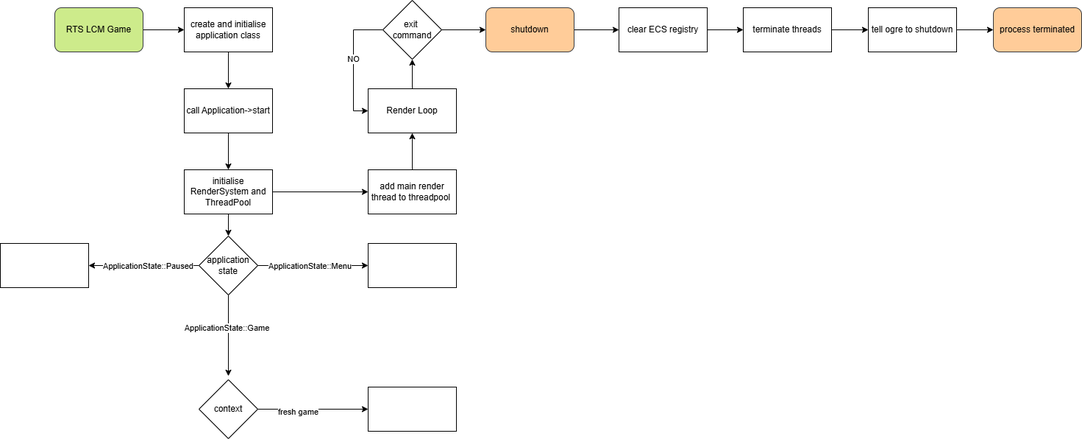
Earlier version of the draw.io export documents/CFD.png (Henry-Frodsham/RTS-LCM-Game). Source tidied: cells renumbered, new cells last; positions are measured from the earlier drawing's top-left corner, leaving out a move shared by most shapes.
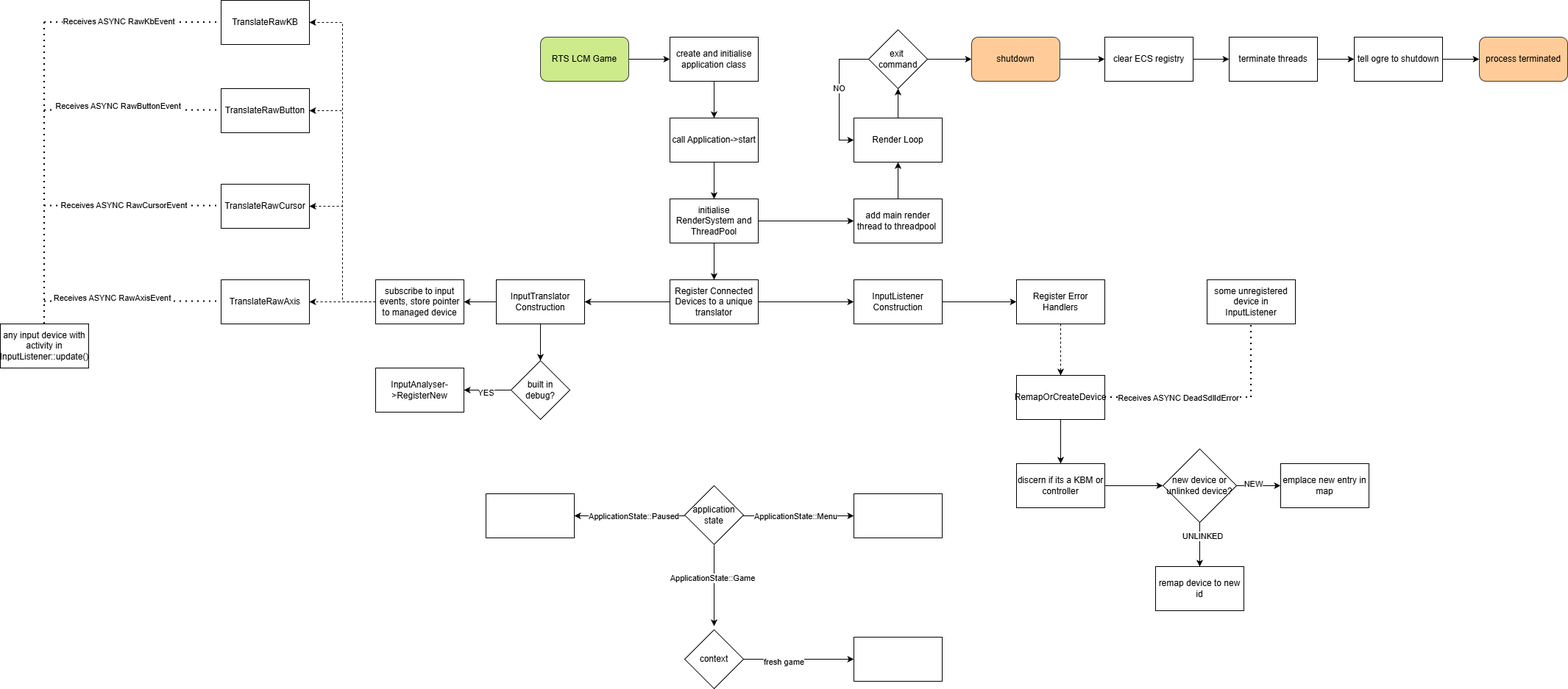
After the change.

Commit message:
fix controller reconnection, restore diary, update cfd

The edit, as a diff of the source:
```diff
@@ -20,9 +20,10 @@
     <mxCell id="7" value="call Application-&amp;gt;start" style="rounded=0;whiteSpace=wrap;html=1;" parent="1" vertex="1">
       <mxGeometry x="250" y="120" width="120" height="60" as="geometry" />
     </mxCell>
-    <mxCell id="8" style="edgeStyle=orthogonalEdgeStyle;rounded=0;jettySize=auto;html=1;" parent="1" edge="1" source="14">
+    <mxCell id="8" style="edgeStyle=orthogonalEdgeStyle;rounded=0;orthogonalLoop=1;jettySize=auto;html=1;" parent="1" edge="1">
       <mxGeometry relative="1" as="geometry">
-        <mxPoint x="120" y="360" as="targetPoint" />
+        <mxPoint x="270" y="661" as="sourcePoint" />
+        <mxPoint x="120" y="661" as="targetPoint" />
       </mxGeometry>
     </mxCell>
     <mxCell id="9" value="ApplicationState::Paused" style="edgeLabel;html=1;align=center;verticalAlign=middle;" parent="8" vertex="1">
@@ -30,16 +31,19 @@
         <mxPoint x="14" y="3" as="offset" />
       </mxGeometry>
     </mxCell>
-    <mxCell id="10" style="edgeStyle=orthogonalEdgeStyle;rounded=0;jettySize=auto;html=1;" parent="1" edge="1" source="14">
+    <mxCell id="10" style="edgeStyle=orthogonalEdgeStyle;rounded=0;orthogonalLoop=1;jettySize=auto;html=1;" parent="1" edge="1">
       <mxGeometry relative="1" as="geometry">
-        <mxPoint x="310" y="510" as="targetPoint" />
+        <mxPoint x="310" y="701" as="sourcePoint" />
+        <mxPoint x="310" y="811" as="targetPoint" />
       </mxGeometry>
     </mxCell>
     <mxCell id="11" value="ApplicationState::Game" style="edgeLabel;html=1;align=center;verticalAlign=middle;" parent="10" vertex="1">
       <mxGeometry x="-0.2" y="-3" relative="1" as="geometry" />
     </mxCell>
-    <mxCell id="12" style="edgeStyle=orthogonalEdgeStyle;rounded=0;jettySize=auto;html=1;" parent="1" edge="1" source="14" target="16">
-      <mxGeometry relative="1" as="geometry" />
+    <mxCell id="12" style="edgeStyle=orthogonalEdgeStyle;rounded=0;jettySize=auto;html=1;" parent="1" edge="1" target="16">
+      <mxGeometry relative="1" as="geometry">
+        <mxPoint x="350" y="661" as="sourcePoint" />
+      </mxGeometry>
     </mxCell>
     <mxCell id="13" value="ApplicationState::Menu" style="edgeLabel;html=1;align=center;verticalAlign=middle;" parent="12" vertex="1">
       <mxGeometry x="-0.35" relative="1" as="geometry">
@@ -47,20 +51,20 @@
       </mxGeometry>
     </mxCell>
     <mxCell id="14" value="application state" style="rhombus;whiteSpace=wrap;html=1;" parent="1" vertex="1">
-      <mxGeometry x="270" y="320" width="80" height="80" as="geometry" />
+      <mxGeometry x="270" y="620" width="80" height="80" as="geometry" />
     </mxCell>
     <mxCell id="15" style="rounded=0;whiteSpace=wrap;html=1;" parent="1" vertex="1">
-      <mxGeometry y="330" width="120" height="60" as="geometry" />
+      <mxGeometry y="631" width="120" height="60" as="geometry" />
     </mxCell>
     <mxCell id="16" style="rounded=0;whiteSpace=wrap;html=1;" parent="1" vertex="1">
-      <mxGeometry x="500" y="330" width="120" height="60" as="geometry" />
+      <mxGeometry x="500" y="631" width="120" height="60" as="geometry" />
     </mxCell>
-    <mxCell id="17" style="edgeStyle=orthogonalEdgeStyle;rounded=0;jettySize=auto;html=1;" parent="1" edge="1" source="19" target="14">
-      <mxGeometry relative="1" as="geometry" />
-    </mxCell>
     <mxCell id="18" style="edgeStyle=orthogonalEdgeStyle;rounded=0;jettySize=auto;html=1;" parent="1" edge="1" source="19" target="21">
       <mxGeometry relative="1" as="geometry" />
     </mxCell>
+    <mxCell id="41" style="edgeStyle=orthogonalEdgeStyle;rounded=0;jettySize=auto;html=1;" parent="1" edge="1" source="19" target="44">
+      <mxGeometry relative="1" as="geometry" />
+    </mxCell>
     <mxCell id="19" value="initialise RenderSystem and ThreadPool" style="rounded=0;whiteSpace=wrap;html=1;" parent="1" vertex="1">
       <mxGeometry x="250" y="230" width="120" height="60" as="geometry" />
     </mxCell>
@@ -131,10 +135,181 @@
       <mxGeometry x="-0.28" y="-3" relative="1" as="geometry" />
     </mxCell>
     <mxCell id="39" value="context" style="rhombus;whiteSpace=wrap;html=1;" parent="1" vertex="1">
-      <mxGeometry x="270" y="515" width="80" height="80" as="geometry" />
+      <mxGeometry x="270" y="816" width="80" height="80" as="geometry" />
     </mxCell>
     <mxCell id="40" style="rounded=0;whiteSpace=wrap;html=1;" parent="1" vertex="1">
-      <mxGeometry x="500" y="525" width="120" height="60" as="geometry" />
+      <mxGeometry x="500" y="826" width="120" height="60" as="geometry" />
     </mxCell>
+    <mxCell id="42" style="edgeStyle=orthogonalEdgeStyle;rounded=0;jettySize=auto;html=1;entryX=0;entryY=0.5;entryDx=0;entryDy=0;" parent="1" edge="1" source="44" target="46">
+      <mxGeometry relative="1" as="geometry" />
+    </mxCell>
+    <mxCell id="43" style="edgeStyle=orthogonalEdgeStyle;rounded=0;jettySize=auto;html=1;" parent="1" edge="1" source="44" target="49">
+      <mxGeometry relative="1" as="geometry" />
+    </mxCell>
+    <mxCell id="44" value="Register Connected Devices to a unique translator" style="rounded=0;whiteSpace=wrap;html=1;" parent="1" vertex="1">
+      <mxGeometry x="250" y="340" width="120" height="60" as="geometry" />
+    </mxCell>
+    <mxCell id="45" style="edgeStyle=orthogonalEdgeStyle;rounded=0;jettySize=auto;html=1;entryX=0;entryY=0.5;entryDx=0;entryDy=0;" parent="1" edge="1" source="46" target="74">
+      <mxGeometry relative="1" as="geometry" />
+    </mxCell>
+    <mxCell id="46" value="InputListener Construction" style="rounded=0;whiteSpace=wrap;html=1;" parent="1" vertex="1">
+      <mxGeometry x="500" y="340" width="120" height="60" as="geometry" />
+    </mxCell>
+    <mxCell id="47" style="edgeStyle=orthogonalEdgeStyle;rounded=0;jettySize=auto;html=1;" parent="1" edge="1" source="49">
+      <mxGeometry relative="1" as="geometry">
+        <mxPoint x="74" y="450" as="targetPoint" />
+      </mxGeometry>
+    </mxCell>
+    <mxCell id="48" style="edgeStyle=orthogonalEdgeStyle;rounded=0;jettySize=auto;html=1;" parent="1" edge="1" source="49" target="58">
+      <mxGeometry relative="1" as="geometry" />
+    </mxCell>
+    <mxCell id="49" value="InputTranslator Construction" style="rounded=0;whiteSpace=wrap;html=1;" parent="1" vertex="1">
+      <mxGeometry x="14" y="340" width="120" height="60" as="geometry" />
+    </mxCell>
+    <mxCell id="50" style="edgeStyle=orthogonalEdgeStyle;rounded=0;jettySize=auto;html=1;entryX=1;entryY=0.5;entryDx=0;entryDy=0;" parent="1" edge="1" source="52" target="53">
+      <mxGeometry relative="1" as="geometry" />
+    </mxCell>
+    <mxCell id="51" value="YES" style="edgeLabel;html=1;align=center;verticalAlign=middle;" parent="50" vertex="1">
+      <mxGeometry x="0.09" y="3" relative="1" as="geometry" />
+    </mxCell>
+    <mxCell id="52" value="built in debug?" style="rhombus;whiteSpace=wrap;html=1;" parent="1" vertex="1">
+      <mxGeometry x="34" y="450" width="80" height="80" as="geometry" />
+    </mxCell>
+    <mxCell id="53" value="InputAnalyser-&amp;gt;RegisterNew" style="rounded=0;whiteSpace=wrap;html=1;" parent="1" vertex="1">
+      <mxGeometry x="-150" y="460" width="120" height="60" as="geometry" />
+    </mxCell>
+    <mxCell id="54" style="edgeStyle=orthogonalEdgeStyle;rounded=0;jettySize=auto;html=1;entryX=1;entryY=0.5;entryDx=0;entryDy=0;dashed=1;" parent="1" edge="1" source="58" target="59">
+      <mxGeometry relative="1" as="geometry" />
+    </mxCell>
+    <mxCell id="55" style="edgeStyle=orthogonalEdgeStyle;rounded=0;jettySize=auto;html=1;exitX=0;exitY=0.5;exitDx=0;exitDy=0;entryX=1;entryY=0.5;entryDx=0;entryDy=0;dashed=1;" parent="1" edge="1" source="58" target="60">
+      <mxGeometry relative="1" as="geometry" />
+    </mxCell>
+    <mxCell id="56" style="edgeStyle=orthogonalEdgeStyle;rounded=0;jettySize=auto;html=1;exitX=0;exitY=0.5;exitDx=0;exitDy=0;entryX=1;entryY=0.5;entryDx=0;entryDy=0;dashed=1;" parent="1" edge="1" source="58" target="61">
+      <mxGeometry relative="1" as="geometry" />
+    </mxCell>
+    <mxCell id="57" style="edgeStyle=orthogonalEdgeStyle;rounded=0;jettySize=auto;html=1;entryX=1;entryY=0.5;entryDx=0;entryDy=0;dashed=1;" parent="1" edge="1" source="58" target="62">
+      <mxGeometry relative="1" as="geometry" />
+    </mxCell>
+    <mxCell id="58" value="subscribe to input events, store pointer to managed device" style="rounded=0;whiteSpace=wrap;html=1;" parent="1" vertex="1">
+      <mxGeometry x="-150" y="340" width="120" height="60" as="geometry" />
+    </mxCell>
+    <mxCell id="59" value="TranslateRawAxis" style="rounded=0;whiteSpace=wrap;html=1;" parent="1" vertex="1">
+      <mxGeometry x="-360" y="340" width="120" height="60" as="geometry" />
+    </mxCell>
+    <mxCell id="60" value="TranslateRawCursor" style="rounded=0;whiteSpace=wrap;html=1;" parent="1" vertex="1">
+      <mxGeometry x="-360" y="210" width="120" height="60" as="geometry" />
+    </mxCell>
+    <mxCell id="61" value="TranslateRawButton" style="rounded=0;whiteSpace=wrap;html=1;" parent="1" vertex="1">
+      <mxGeometry x="-360" y="80" width="120" height="60" as="geometry" />
+    </mxCell>
+    <mxCell id="62" value="TranslateRawKB" style="rounded=0;whiteSpace=wrap;html=1;" parent="1" vertex="1">
+      <mxGeometry x="-360" y="-40" width="120" height="60" as="geometry" />
+    </mxCell>
+    <mxCell id="63" style="endArrow=none;dashed=1;html=1;dashPattern=1 3;strokeWidth=2;rounded=0;entryX=0;entryY=0.5;entryDx=0;entryDy=0;" parent="1" edge="1" target="62">
+      <mxGeometry relative="1" as="geometry">
+        <mxPoint x="-600" y="-10" as="sourcePoint" />
+      </mxGeometry>
+    </mxCell>
+    <mxCell id="64" value="Receives ASYNC RawKbEvent" style="edgeLabel;html=1;align=center;verticalAlign=middle;" parent="63" vertex="1">
+      <mxGeometry x="-0.17" y="2" relative="1" as="geometry" />
+    </mxCell>
+    <mxCell id="65" style="endArrow=none;dashed=1;html=1;dashPattern=1 3;strokeWidth=2;rounded=0;entryX=0;entryY=0.5;entryDx=0;entryDy=0;" parent="1" edge="1">
+      <mxGeometry relative="1" as="geometry">
+        <mxPoint x="-600" y="109.5" as="sourcePoint" />
+        <mxPoint x="-360" y="109.5" as="targetPoint" />
+      </mxGeometry>
+    </mxCell>
+    <mxCell id="66" value="Receives ASYNC RawButtonEvent" style="edgeLabel;html=1;align=center;verticalAlign=middle;" parent="65" vertex="1">
+      <mxGeometry x="-0.17" y="7" relative="1" as="geometry">
+        <mxPoint y="1" as="offset" />
+      </mxGeometry>
+    </mxCell>
+    <mxCell id="67" style="endArrow=none;dashed=1;html=1;dashPattern=1 3;strokeWidth=2;rounded=0;entryX=0;entryY=0.5;entryDx=0;entryDy=0;" parent="1" edge="1">
+      <mxGeometry relative="1" as="geometry">
+        <mxPoint x="-600" y="239.5" as="sourcePoint" />
+        <mxPoint x="-360" y="239.5" as="targetPoint" />
+      </mxGeometry>
+    </mxCell>
+    <mxCell id="68" value="Receives ASYNC RawCursorEvent" style="edgeLabel;html=1;align=center;verticalAlign=middle;" parent="67" vertex="1">
+      <mxGeometry x="-0.11" y="2" relative="1" as="geometry">
+        <mxPoint y="1" as="offset" />
+      </mxGeometry>
+    </mxCell>
+    <mxCell id="69" style="endArrow=none;dashed=1;html=1;dashPattern=1 3;strokeWidth=2;rounded=0;entryX=0;entryY=0.5;entryDx=0;entryDy=0;" parent="1" edge="1">
+      <mxGeometry relative="1" as="geometry">
+        <mxPoint x="-600" y="369.5" as="sourcePoint" />
+        <mxPoint x="-360" y="369.5" as="targetPoint" />
+      </mxGeometry>
+    </mxCell>
+    <mxCell id="70" value="Receives ASYNC RawAxisEvent" style="edgeLabel;html=1;align=center;verticalAlign=middle;" parent="69" vertex="1">
+      <mxGeometry x="-0.24" y="6" relative="1" as="geometry">
+        <mxPoint y="1" as="offset" />
+      </mxGeometry>
+    </mxCell>
+    <mxCell id="71" style="endArrow=none;dashed=1;html=1;dashPattern=1 3;strokeWidth=2;rounded=0;exitX=0.5;exitY=0;exitDx=0;exitDy=0;" parent="1" edge="1" source="72">
+      <mxGeometry relative="1" as="geometry">
+        <mxPoint x="-600" y="-10" as="targetPoint" />
+      </mxGeometry>
+    </mxCell>
+    <mxCell id="72" value="any input device with activity in InputListener::update()" style="rounded=0;whiteSpace=wrap;html=1;" parent="1" vertex="1">
+      <mxGeometry x="-660" y="400" width="120" height="60" as="geometry" />
+    </mxCell>
+    <mxCell id="73" style="edgeStyle=orthogonalEdgeStyle;rounded=0;jettySize=auto;html=1;dashed=1;" parent="1" edge="1" source="74" target="76">
+      <mxGeometry relative="1" as="geometry" />
+    </mxCell>
+    <mxCell id="74" value="Register Error Handlers" style="rounded=0;whiteSpace=wrap;html=1;" parent="1" vertex="1">
+      <mxGeometry x="721" y="340" width="120" height="60" as="geometry" />
+    </mxCell>
+    <mxCell id="75" style="edgeStyle=orthogonalEdgeStyle;rounded=0;jettySize=auto;html=1;" parent="1" edge="1" source="76" target="82">
+      <mxGeometry relative="1" as="geometry" />
+    </mxCell>
+    <mxCell id="76" value="RemapOrCreateDevice" style="rounded=0;whiteSpace=wrap;html=1;" parent="1" vertex="1">
+      <mxGeometry x="721" y="470" width="120" height="60" as="geometry" />
+    </mxCell>
+    <mxCell id="77" style="endArrow=none;dashed=1;html=1;dashPattern=1 3;strokeWidth=2;rounded=0;exitX=1;exitY=0.5;exitDx=0;exitDy=0;" parent="1" edge="1" source="76">
+      <mxGeometry relative="1" as="geometry">
+        <mxPoint x="1040" y="500" as="targetPoint" />
+      </mxGeometry>
+    </mxCell>
+    <mxCell id="78" value="Receives ASYNC DeadSdlIdError" style="edgeLabel;html=1;align=center;verticalAlign=middle;" parent="77" vertex="1">
+      <mxGeometry x="-0.2" y="2" relative="1" as="geometry">
+        <mxPoint x="19" y="2" as="offset" />
+      </mxGeometry>
+    </mxCell>
+    <mxCell id="79" value="some unregistered device in InputListener" style="rounded=0;whiteSpace=wrap;html=1;" parent="1" vertex="1">
+      <mxGeometry x="980" y="340" width="120" height="60" as="geometry" />
+    </mxCell>
+    <mxCell id="80" style="endArrow=none;dashed=1;html=1;dashPattern=1 3;strokeWidth=2;rounded=0;entryX=0.5;entryY=1;entryDx=0;entryDy=0;" parent="1" edge="1" target="79">
+      <mxGeometry relative="1" as="geometry">
+        <mxPoint x="1040" y="500" as="sourcePoint" />
+      </mxGeometry>
+    </mxCell>
+    <mxCell id="81" style="edgeStyle=orthogonalEdgeStyle;rounded=0;jettySize=auto;html=1;" parent="1" edge="1" source="82" target="87">
+      <mxGeometry relative="1" as="geometry" />
+    </mxCell>
+    <mxCell id="82" value="discern if its a KBM or controller" style="rounded=0;whiteSpace=wrap;html=1;" parent="1" vertex="1">
+      <mxGeometry x="721" y="590" width="120" height="60" as="geometry" />
+    </mxCell>
+    <mxCell id="83" style="edgeStyle=orthogonalEdgeStyle;rounded=0;jettySize=auto;html=1;entryX=0.5;entryY=0;entryDx=0;entryDy=0;" parent="1" edge="1" source="87" target="89">
+      <mxGeometry relative="1" as="geometry" />
+    </mxCell>
+    <mxCell id="84" value="UNLINKED" style="edgeLabel;html=1;align=center;verticalAlign=middle;" parent="83" vertex="1">
+      <mxGeometry x="-0.4" y="3" relative="1" as="geometry" />
+    </mxCell>
+    <mxCell id="85" style="edgeStyle=orthogonalEdgeStyle;rounded=0;jettySize=auto;html=1;" parent="1" edge="1" source="87" target="88">
+      <mxGeometry relative="1" as="geometry" />
+    </mxCell>
+    <mxCell id="86" value="NEW" style="edgeLabel;html=1;align=center;verticalAlign=middle;" parent="85" vertex="1">
+      <mxGeometry x="-0.27" y="3" relative="1" as="geometry" />
+    </mxCell>
+    <mxCell id="87" value="new device or unlinked device?" style="rhombus;whiteSpace=wrap;html=1;" parent="1" vertex="1">
+      <mxGeometry x="920" y="570" width="100" height="100" as="geometry" />
+    </mxCell>
+    <mxCell id="88" value="emplace new entry in map" style="rounded=0;whiteSpace=wrap;html=1;" parent="1" vertex="1">
+      <mxGeometry x="1080" y="590" width="120" height="60" as="geometry" />
+    </mxCell>
+    <mxCell id="89" value="remap device to new id" style="rounded=0;whiteSpace=wrap;html=1;" parent="1" vertex="1">
+      <mxGeometry x="910" y="730" width="120" height="60" as="geometry" />
+    </mxCell>
   </root>
 </mxGraphModel>
```
